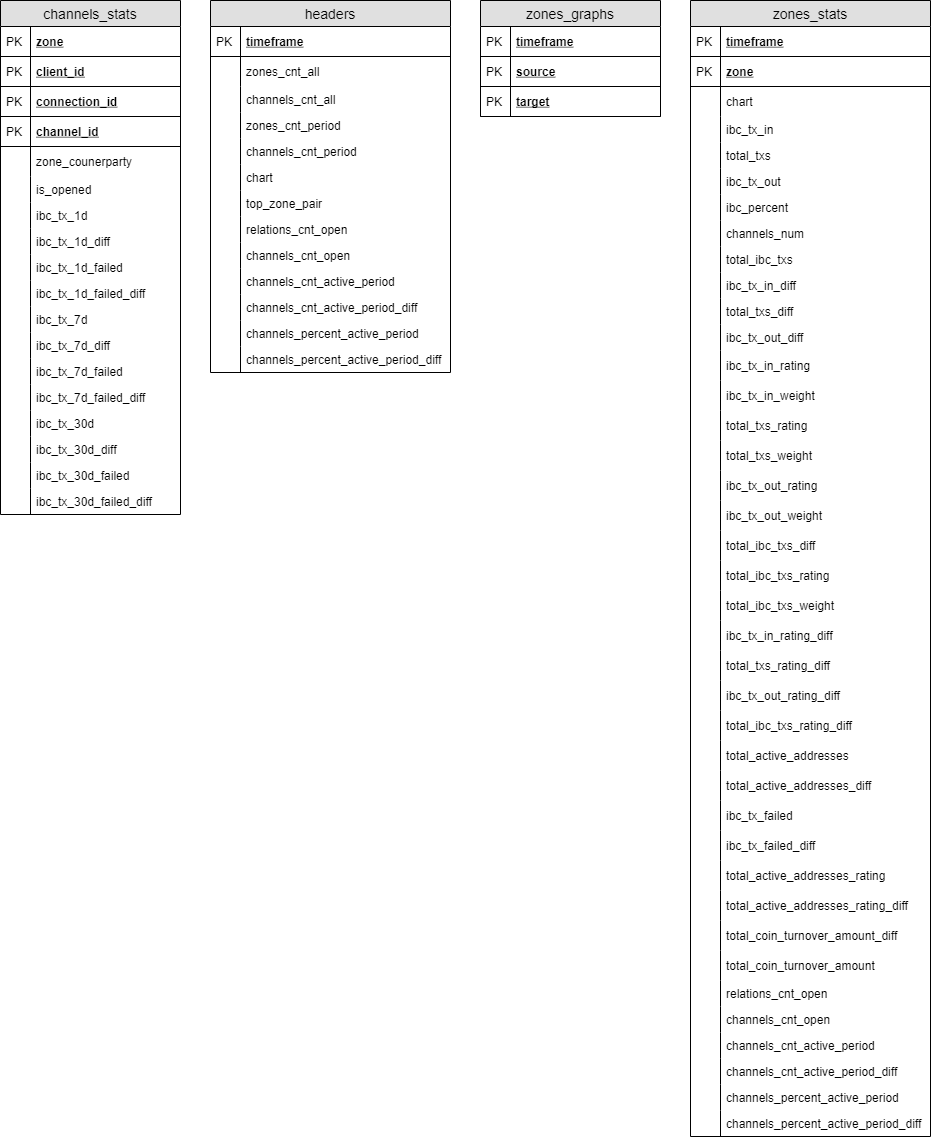
Above: docs/img/map-of-zones-DB flat.png in mapofzones/docs (draw.io), before the change. Source tidied: cells renumbered, new cells last; positions are measured from the earlier drawing's top-left corner, leaving out a move shared by most shapes.
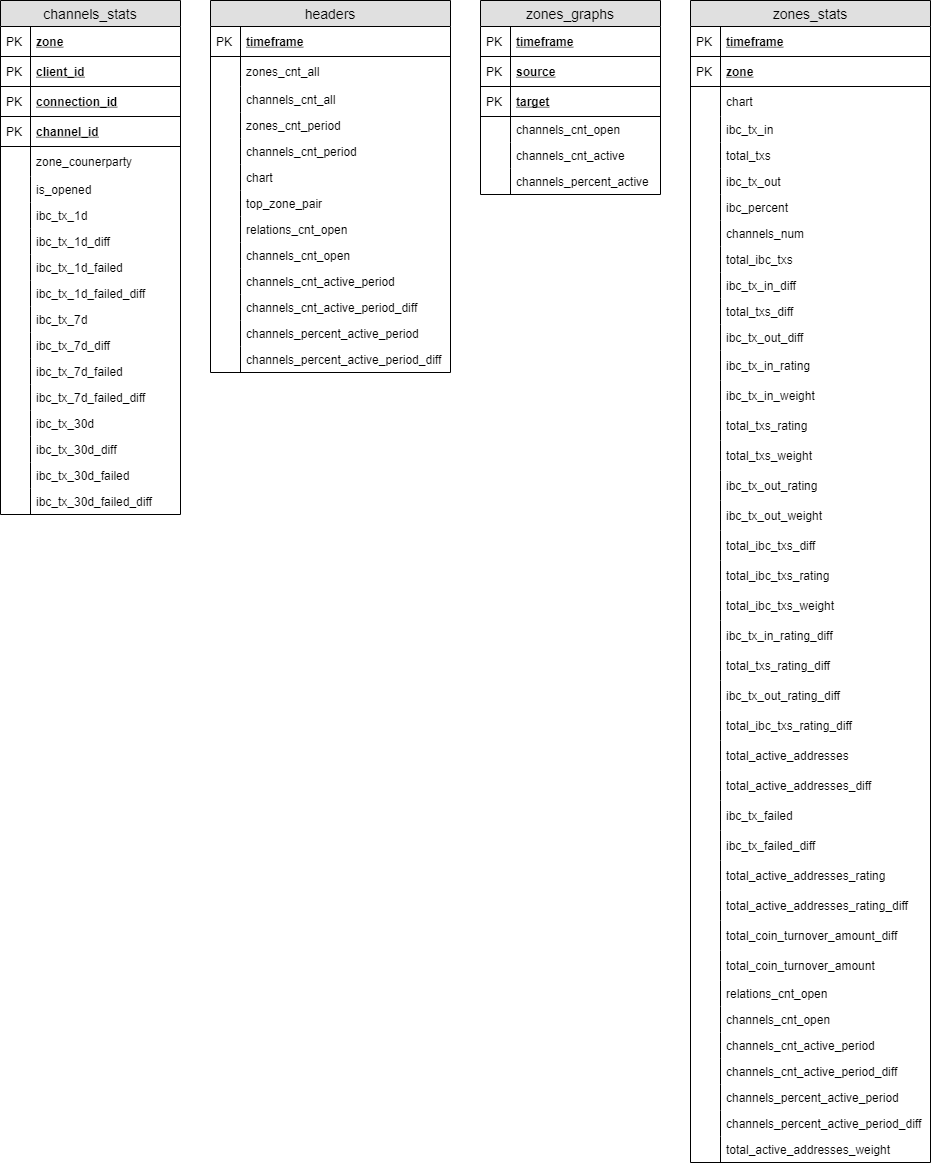
After the change.

Commit message:
DB flat tables update

The edit, as a diff of the source:
```diff
@@ -84,7 +84,7 @@
       <mxGeometry width="30" height="26" as="geometry" />
     </mxCell>
     <mxCell id="29" value="zones_graphs" style="swimlane;fontStyle=0;horizontal=1;startSize=26;fillColor=#e0e0e0;swimlaneFillColor=#ffffff;align=center;fontSize=14;" parent="1" vertex="1">
-      <mxGeometry x="480" width="180" height="116" as="geometry" />
+      <mxGeometry x="480" width="180" height="194" as="geometry" />
     </mxCell>
     <mxCell id="30" value="timeframe" style="shape=partialRectangle;top=0;left=0;right=0;bottom=1;align=left;verticalAlign=middle;fillColor=none;spacingLeft=34;spacingRight=4;overflow=hidden;fontStyle=5;fontSize=12;" parent="29" vertex="1">
       <mxGeometry y="26" width="180" height="30" as="geometry" />
@@ -104,8 +104,26 @@
     <mxCell id="35" value="PK" style="shape=partialRectangle;top=0;left=0;bottom=0;fillColor=none;align=left;verticalAlign=middle;spacingLeft=4;spacingRight=4;overflow=hidden;fontSize=12;" parent="34" vertex="1">
       <mxGeometry width="30" height="30" as="geometry" />
     </mxCell>
+    <mxCell id="152" value="channels_cnt_open" style="shape=partialRectangle;top=0;left=0;right=0;bottom=0;align=left;verticalAlign=top;fillColor=none;spacingLeft=34;spacingRight=4;overflow=hidden;fontSize=12;" parent="29" vertex="1">
+      <mxGeometry y="116" width="180" height="26" as="geometry" />
+    </mxCell>
+    <mxCell id="153" style="shape=partialRectangle;top=0;left=0;bottom=0;fillColor=none;align=left;verticalAlign=top;spacingLeft=4;spacingRight=4;overflow=hidden;fontSize=12;" parent="152" vertex="1">
+      <mxGeometry width="30" height="26" as="geometry" />
+    </mxCell>
+    <mxCell id="154" value="channels_cnt_active" style="shape=partialRectangle;top=0;left=0;right=0;bottom=0;align=left;verticalAlign=top;fillColor=none;spacingLeft=34;spacingRight=4;overflow=hidden;fontSize=12;" parent="29" vertex="1">
+      <mxGeometry y="142" width="180" height="26" as="geometry" />
+    </mxCell>
+    <mxCell id="155" style="shape=partialRectangle;top=0;left=0;bottom=0;fillColor=none;align=left;verticalAlign=top;spacingLeft=4;spacingRight=4;overflow=hidden;fontSize=12;" parent="154" vertex="1">
+      <mxGeometry width="30" height="26" as="geometry" />
+    </mxCell>
+    <mxCell id="156" value="channels_percent_active" style="shape=partialRectangle;top=0;left=0;right=0;bottom=0;align=left;verticalAlign=top;fillColor=none;spacingLeft=34;spacingRight=4;overflow=hidden;fontSize=12;" parent="29" vertex="1">
+      <mxGeometry y="168" width="180" height="26" as="geometry" />
+    </mxCell>
+    <mxCell id="157" style="shape=partialRectangle;top=0;left=0;bottom=0;fillColor=none;align=left;verticalAlign=top;spacingLeft=4;spacingRight=4;overflow=hidden;fontSize=12;" parent="156" vertex="1">
+      <mxGeometry width="30" height="26" as="geometry" />
+    </mxCell>
     <mxCell id="36" value="zones_stats" style="swimlane;fontStyle=0;horizontal=1;startSize=26;fillColor=#e0e0e0;swimlaneFillColor=#ffffff;align=center;fontSize=14;" parent="1" vertex="1">
-      <mxGeometry x="690" width="240" height="1136" as="geometry" />
+      <mxGeometry x="690" width="240" height="1162" as="geometry" />
     </mxCell>
     <mxCell id="37" value="timeframe" style="shape=partialRectangle;top=0;left=0;right=0;bottom=1;align=left;verticalAlign=middle;fillColor=none;spacingLeft=34;spacingRight=4;overflow=hidden;fontStyle=5;fontSize=12;" parent="36" vertex="1">
       <mxGeometry y="26" width="240" height="30" as="geometry" />
@@ -341,6 +359,12 @@
     <mxCell id="114" style="shape=partialRectangle;top=0;left=0;bottom=0;fillColor=none;align=left;verticalAlign=top;spacingLeft=4;spacingRight=4;overflow=hidden;fontSize=12;" parent="113" vertex="1">
       <mxGeometry width="30" height="26" as="geometry" />
     </mxCell>
+    <mxCell id="158" value="total_active_addresses_weight" style="shape=partialRectangle;top=0;left=0;right=0;bottom=0;align=left;verticalAlign=top;fillColor=none;spacingLeft=34;spacingRight=4;overflow=hidden;fontSize=12;" parent="36" vertex="1">
+      <mxGeometry y="1136" width="240" height="26" as="geometry" />
+    </mxCell>
+    <mxCell id="159" style="shape=partialRectangle;top=0;left=0;bottom=0;fillColor=none;align=left;verticalAlign=top;spacingLeft=4;spacingRight=4;overflow=hidden;fontSize=12;" parent="158" vertex="1">
+      <mxGeometry width="30" height="26" as="geometry" />
+    </mxCell>
     <mxCell id="115" value="channels_stats" style="swimlane;fontStyle=0;horizontal=1;startSize=26;fillColor=#e0e0e0;swimlaneFillColor=#ffffff;align=center;fontSize=14;" parent="1" vertex="1">
       <mxGeometry width="180" height="514" as="geometry" />
     </mxCell>
```
